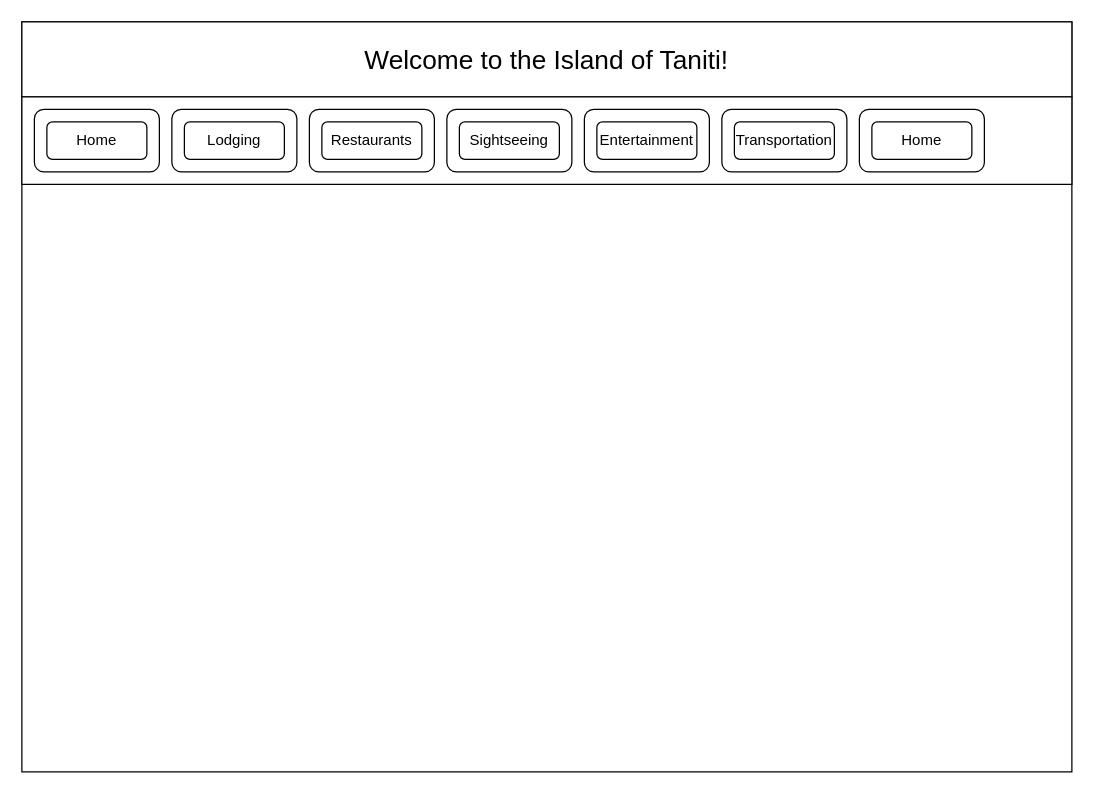
Earlier version of the draw.io diagram D479 wireframe.drawio (airbaggrenade/WGU-D284). Source tidied: cells renumbered, new cells numbered last; positions are measured from the earlier drawing's top-left corner, leaving out a move shared by most shapes. Both pictures are drawn from the tidied source at 125%, with x=0, y=0 at pixel (21, 21).
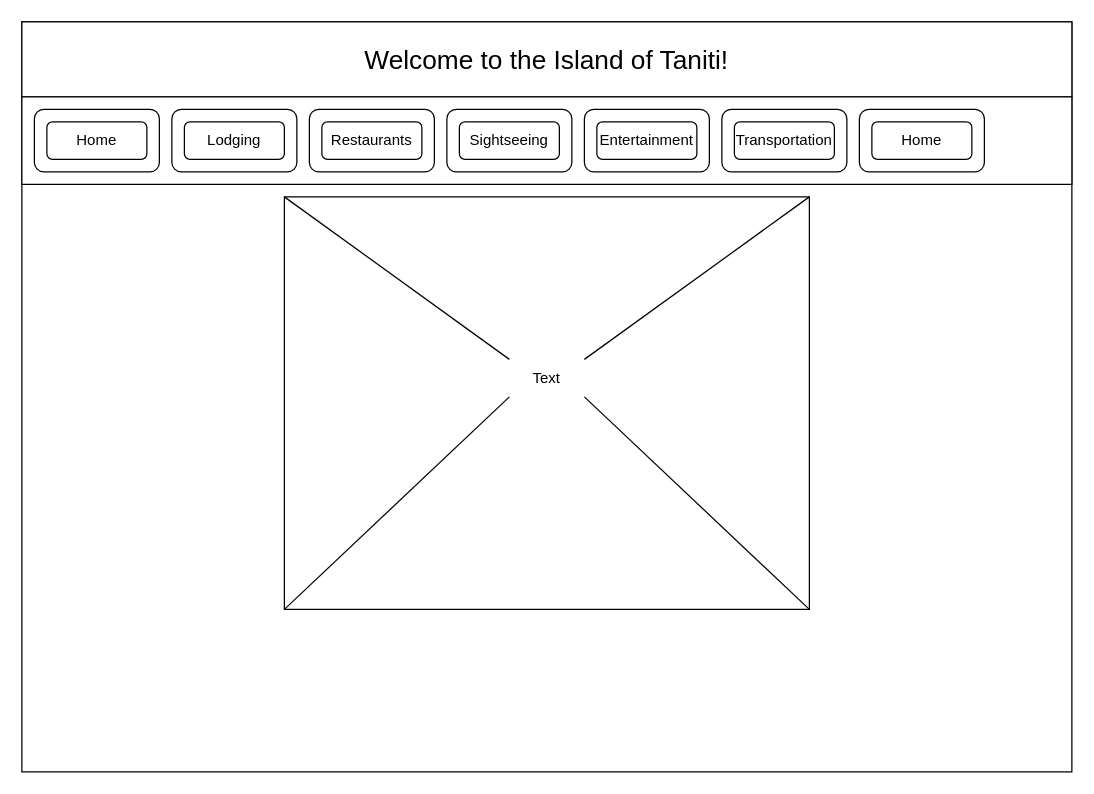
The same page after the edit.

Change to the diagram source:
```diff
@@
+    <mxCell id="26" style="rounded=0;whiteSpace=wrap;html=1;" parent="1" vertex="1">
+      <mxGeometry x="210" y="140" width="420" height="330" as="geometry" />
+    </mxCell>
+    <mxCell id="27" value="Text" style="text;html=1;align=center;verticalAlign=middle;whiteSpace=wrap;rounded=0;" parent="1" vertex="1">
+      <mxGeometry x="390" y="270" width="60" height="30" as="geometry" />
+    </mxCell>
+    <mxCell id="28" style="endArrow=none;html=1;rounded=0;exitX=0;exitY=0;exitDx=0;exitDy=0;entryX=0;entryY=0;entryDx=0;entryDy=0;" parent="1" edge="1" source="26" target="27">
+      <mxGeometry relative="1" as="geometry" />
+    </mxCell>
+    <mxCell id="29" style="endArrow=none;html=1;rounded=0;exitX=0;exitY=1;exitDx=0;exitDy=0;entryX=0;entryY=1;entryDx=0;entryDy=0;" parent="1" edge="1" source="26" target="27">
+      <mxGeometry relative="1" as="geometry" />
+    </mxCell>
+    <mxCell id="30" style="endArrow=none;html=1;rounded=0;exitX=1;exitY=0;exitDx=0;exitDy=0;entryX=1;entryY=0;entryDx=0;entryDy=0;" parent="1" edge="1" source="27" target="26">
+      <mxGeometry relative="1" as="geometry" />
+    </mxCell>
+    <mxCell id="31" style="endArrow=none;html=1;rounded=0;exitX=1;exitY=1;exitDx=0;exitDy=0;entryX=1;entryY=1;entryDx=0;entryDy=0;" parent="1" edge="1" source="27" target="26">
+      <mxGeometry relative="1" as="geometry" />
+    </mxCell>
```
